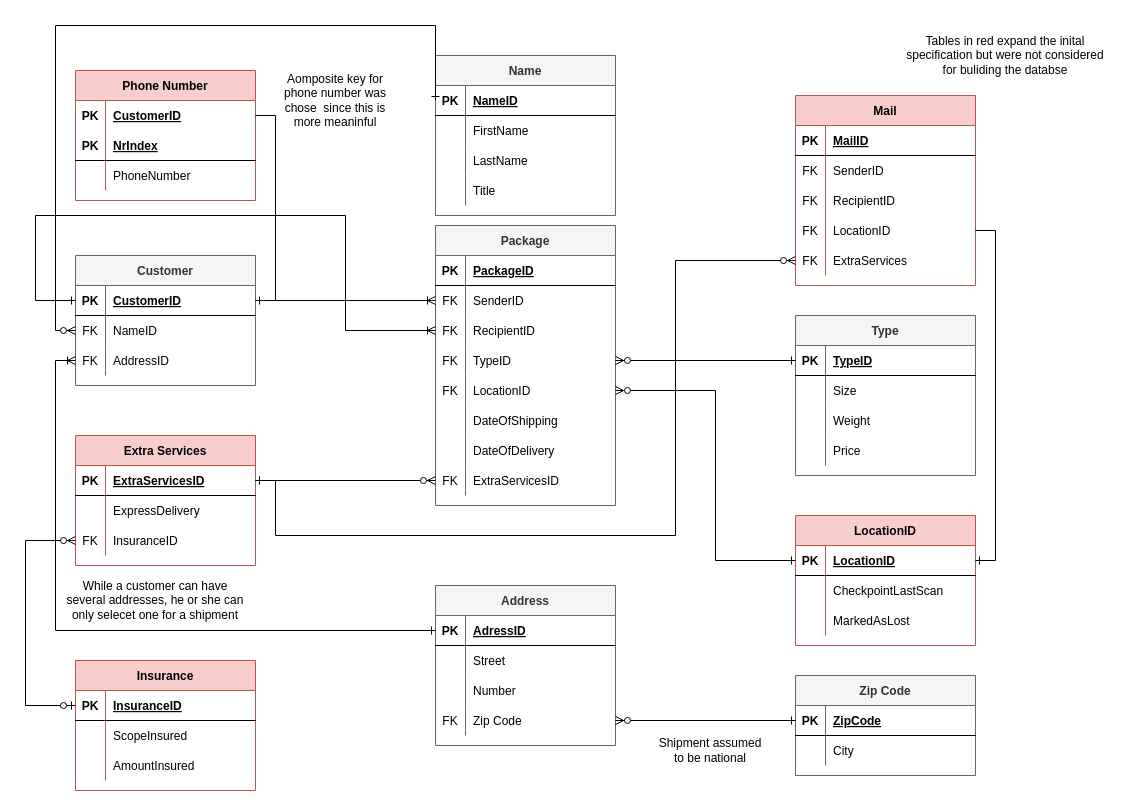
Above: page "Step-4 (Bonus)" (5 of 5) of MailDeliveryServices.drawio in 20180912/CFLMS-Mark-CodeReview-09 (draw.io), before the change. Source tidied: cells renumbered, new cells numbered last; positions are measured from the earlier drawing's top-left corner, leaving out a move shared by most shapes. Both pictures are drawn from the tidied source at 100%, with x=0, y=0 at pixel (25, 25).
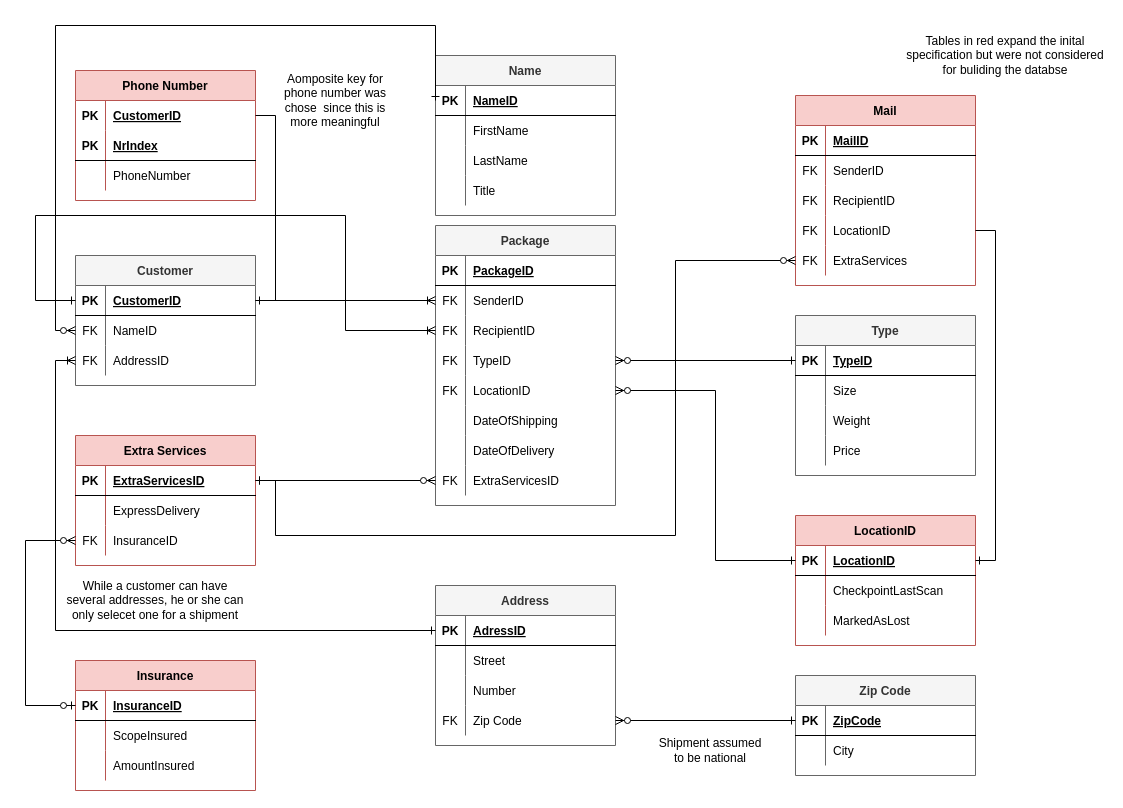
The same diagram, later.

Commit message:
corrected typo

The edit, as a diff of the source:
```diff
@@
-    <mxCell id="153" value="Aomposite key for phone number was chose&amp;nbsp; since this is more meaninful" style="text;html=1;strokeColor=none;fillColor=none;align=center;verticalAlign=middle;whiteSpace=wrap;rounded=0;" parent="1" vertex="1">
+    <mxCell id="153" value="Aomposite key for phone number was chose&amp;nbsp; since this is more meaningful" style="text;html=1;strokeColor=none;fillColor=none;align=center;verticalAlign=middle;whiteSpace=wrap;rounded=0;" parent="1" vertex="1">
       <mxGeometry x="250" y="45" width="120" height="60" as="geometry" />
     </mxCell>
```
